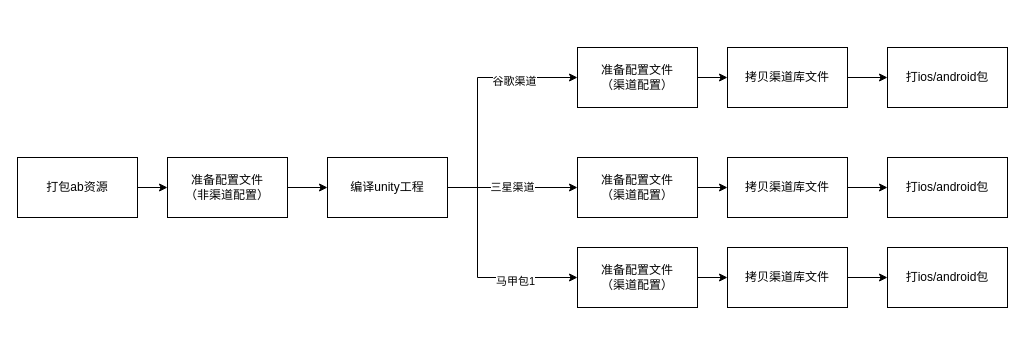
Earlier version of the draw.io diagram 打包流程.drawio (cliang/drawio). Source tidied: cells renumbered, new cells numbered last; positions are measured from the earlier drawing's top-left corner, leaving out a move shared by most shapes. Both pictures are drawn from the tidied source at 100%, with x=0, y=0 at pixel (17, 47).
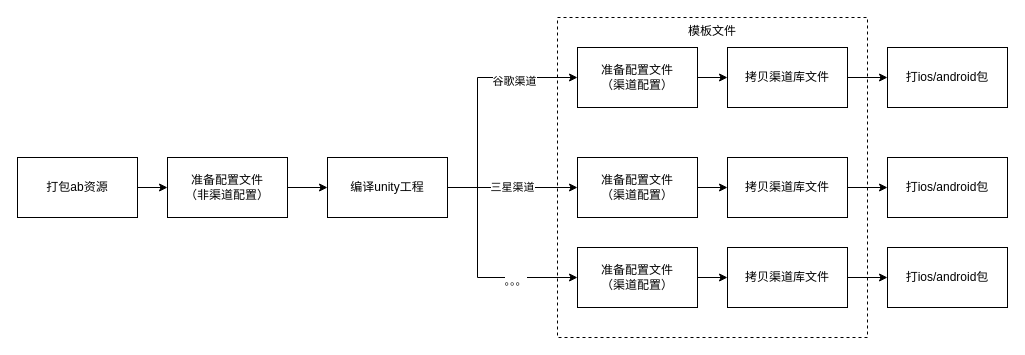
The same page after the edit.

Commit message:
更新打包流程.drawio

The change refers to these unchanged cells:
```xml
<mxCell id="7" style="edgeStyle=orthogonalEdgeStyle;rounded=0;jettySize=auto;html=1;entryX=0;entryY=0.5;entryDx=0;entryDy=0;" parent="1" edge="1" source="9" target="23">
  <mxGeometry relative="1" as="geometry">
    <Array as="points">
      <mxPoint x="460" y="140" />
      <mxPoint x="460" y="230" />
    </Array>
  </mxGeometry>
</mxCell>
```

The edit, as a diff of the source:
```diff
@@
+    <mxCell id="27" value="模板文件" style="rounded=0;whiteSpace=wrap;html=1;dashed=1;fillColor=none;verticalAlign=top;" parent="1" vertex="1">
+      <mxGeometry x="540" y="-30" width="310" height="320" as="geometry" />
+    </mxCell>
@@
-    <mxCell id="8" value="马甲包1" style="edgeLabel;html=1;align=center;verticalAlign=middle;" parent="7" vertex="1">
+    <mxCell id="8" value="。。。" style="edgeLabel;html=1;align=center;verticalAlign=middle;" parent="7" vertex="1">
       <mxGeometry x="0.43" y="-3" relative="1" as="geometry" />
     </mxCell>
```
